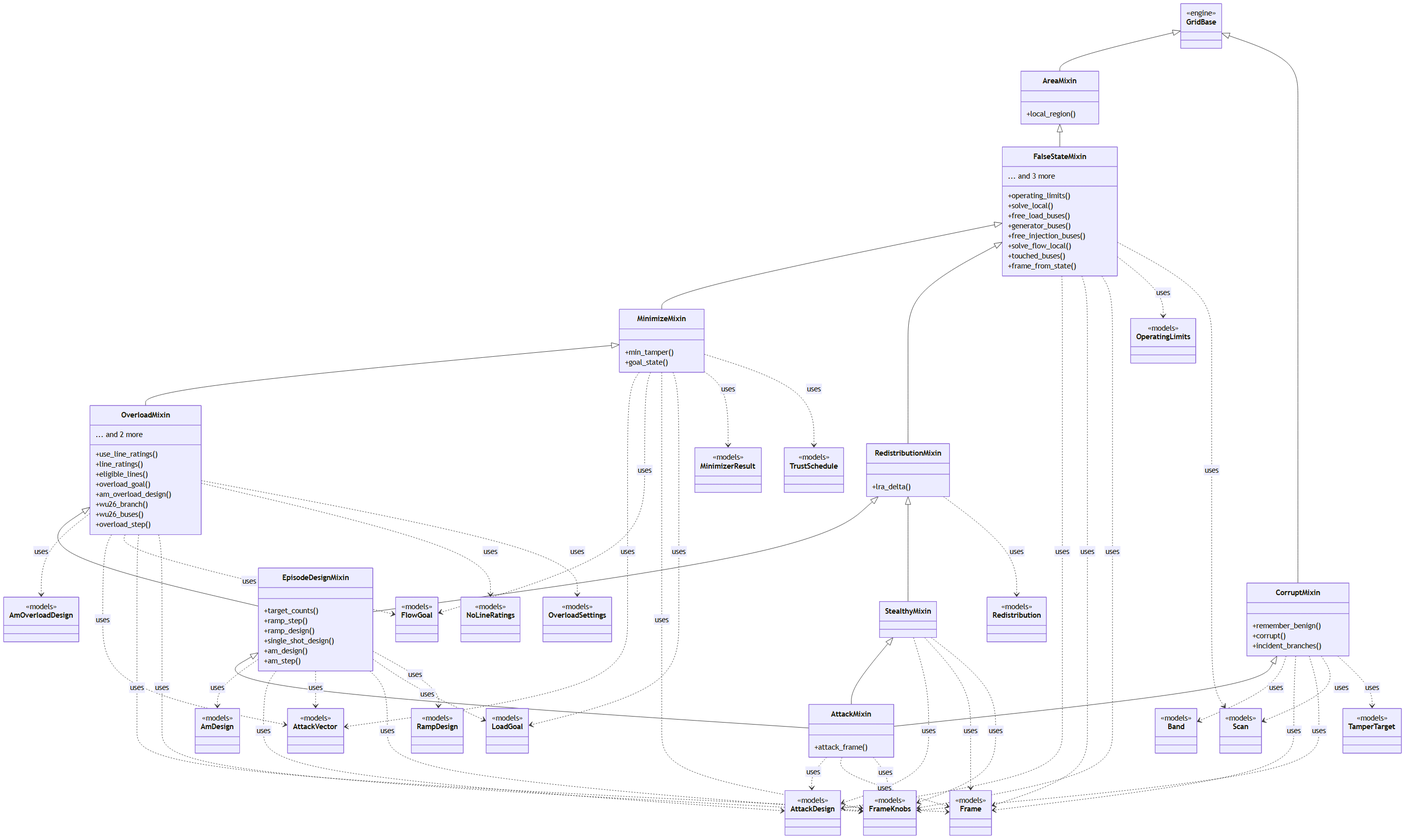
This is docs/figures/diagrams/classes_attacks.png from myersben9/fdia-graph, a Mermaid export, as it was before one commit. Its source is kept beside it as docs/figures/diagrams/classes_attacks.mmd. Source of this version:
```mermaid
classDiagram
    class AreaMixin {
        +local_region()
    }
    class FalseStateMixin {
        +operating_limits()
        +solve_local()
        +free_load_buses()
        +generator_buses()
        +free_injection_buses()
        +solve_flow_local()
        +touched_buses()
        +frame_from_state()
        ... and 3 more
    }
    class MinimizeMixin {
        +min_tamper()
        +goal_state()
    }
    class OverloadMixin {
        +use_line_ratings()
        +line_ratings()
        +eligible_lines()
        +overload_goal()
        +am_overload_design()
        +wu26_branch()
        +wu26_buses()
        +overload_step()
        ... and 2 more
    }
    class RedistributionMixin {
        +lra_delta()
    }
    class StealthyMixin {
    }
    class EpisodeDesignMixin {
        +target_counts()
        +ramp_step()
        +ramp_design()
        +single_shot_design()
        +am_design()
        +am_step()
    }
    class CorruptMixin {
        +remember_benign()
        +corrupt()
        +incident_branches()
    }
    class AttackMixin {
        +attack_frame()
    }
    class AmDesign {
        <<models>>
    }
    class AmOverloadDesign {
        <<models>>
    }
    class AttackDesign {
        <<models>>
    }
    class AttackVector {
        <<models>>
    }
    class Band {
        <<models>>
    }
    class FlowGoal {
        <<models>>
    }
    class Frame {
        <<models>>
    }
    class FrameKnobs {
        <<models>>
    }
    class GridBase {
        <<engine>>
    }
    class LoadGoal {
        <<models>>
    }
    class MinimizerResult {
        <<models>>
    }
    class NoLineRatings {
        <<models>>
    }
    class OperatingLimits {
        <<models>>
    }
    class OverloadSettings {
        <<models>>
    }
    class RampDesign {
        <<models>>
    }
    class Redistribution {
        <<models>>
    }
    class Scan {
        <<models>>
    }
    class TamperTarget {
        <<models>>
    }
    class TrustSchedule {
        <<models>>
    }
    AreaMixin <|-- FalseStateMixin
    CorruptMixin <|-- AttackMixin
    EpisodeDesignMixin <|-- AttackMixin
    FalseStateMixin <|-- MinimizeMixin
    FalseStateMixin <|-- RedistributionMixin
    GridBase <|-- AreaMixin
    GridBase <|-- CorruptMixin
    MinimizeMixin <|-- OverloadMixin
    OverloadMixin <|-- EpisodeDesignMixin
    RedistributionMixin <|-- EpisodeDesignMixin
    RedistributionMixin <|-- StealthyMixin
    StealthyMixin <|-- AttackMixin
    AttackMixin ..> AttackDesign : uses
    AttackMixin ..> Frame : uses
    AttackMixin ..> FrameKnobs : uses
    CorruptMixin ..> Band : uses
    CorruptMixin ..> Frame : uses
    CorruptMixin ..> FrameKnobs : uses
    CorruptMixin ..> Scan : uses
    CorruptMixin ..> TamperTarget : uses
    EpisodeDesignMixin ..> AmDesign : uses
    EpisodeDesignMixin ..> AttackDesign : uses
    EpisodeDesignMixin ..> AttackVector : uses
    EpisodeDesignMixin ..> FrameKnobs : uses
    EpisodeDesignMixin ..> LoadGoal : uses
    EpisodeDesignMixin ..> RampDesign : uses
    FalseStateMixin ..> AttackDesign : uses
    FalseStateMixin ..> Frame : uses
    FalseStateMixin ..> FrameKnobs : uses
    FalseStateMixin ..> OperatingLimits : uses
    FalseStateMixin ..> Scan : uses
    MinimizeMixin ..> AttackVector : uses
    MinimizeMixin ..> FlowGoal : uses
    MinimizeMixin ..> FrameKnobs : uses
    MinimizeMixin ..> LoadGoal : uses
    MinimizeMixin ..> MinimizerResult : uses
    MinimizeMixin ..> TrustSchedule : uses
    OverloadMixin ..> AmOverloadDesign : uses
    OverloadMixin ..> AttackVector : uses
    OverloadMixin ..> FlowGoal : uses
    OverloadMixin ..> Frame : uses
    OverloadMixin ..> FrameKnobs : uses
    OverloadMixin ..> NoLineRatings : uses
    OverloadMixin ..> OverloadSettings : uses
    RedistributionMixin ..> Redistribution : uses
    StealthyMixin ..> AttackDesign : uses
    StealthyMixin ..> Frame : uses
    StealthyMixin ..> FrameKnobs : uses
```
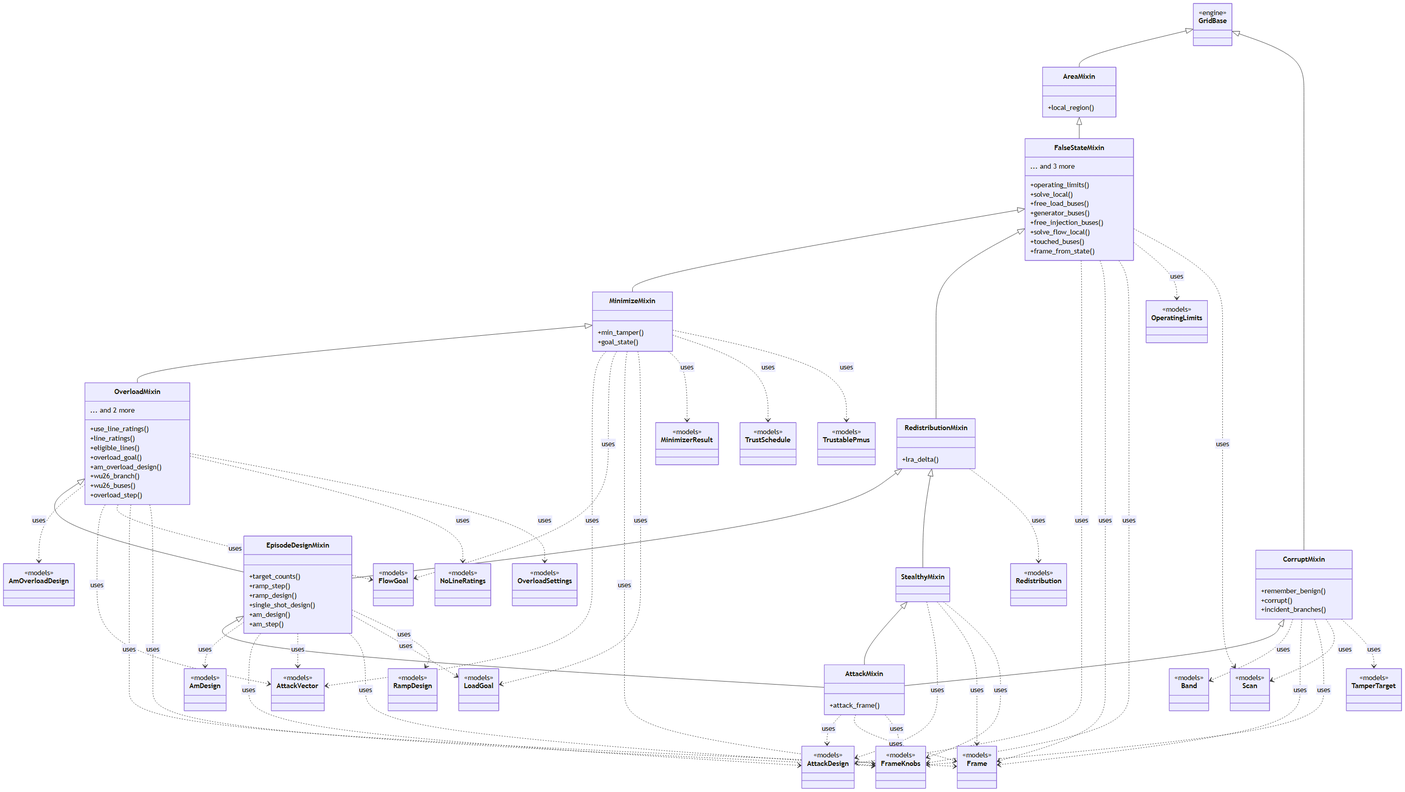
The same diagram one commit later.

The edit, as a diff of the source:
```diff
@@ -106,6 +106,9 @@
     class TrustSchedule {
         <<models>>
     }
+    class TrustablePmus {
+        <<models>>
+    }
     AreaMixin <|-- FalseStateMixin
     CorruptMixin <|-- AttackMixin
     EpisodeDesignMixin <|-- AttackMixin
@@ -143,6 +146,7 @@
     MinimizeMixin ..> LoadGoal : uses
     MinimizeMixin ..> MinimizerResult : uses
     MinimizeMixin ..> TrustSchedule : uses
+    MinimizeMixin ..> TrustablePmus : uses
     OverloadMixin ..> AmOverloadDesign : uses
     OverloadMixin ..> AttackVector : uses
     OverloadMixin ..> FlowGoal : uses
```
